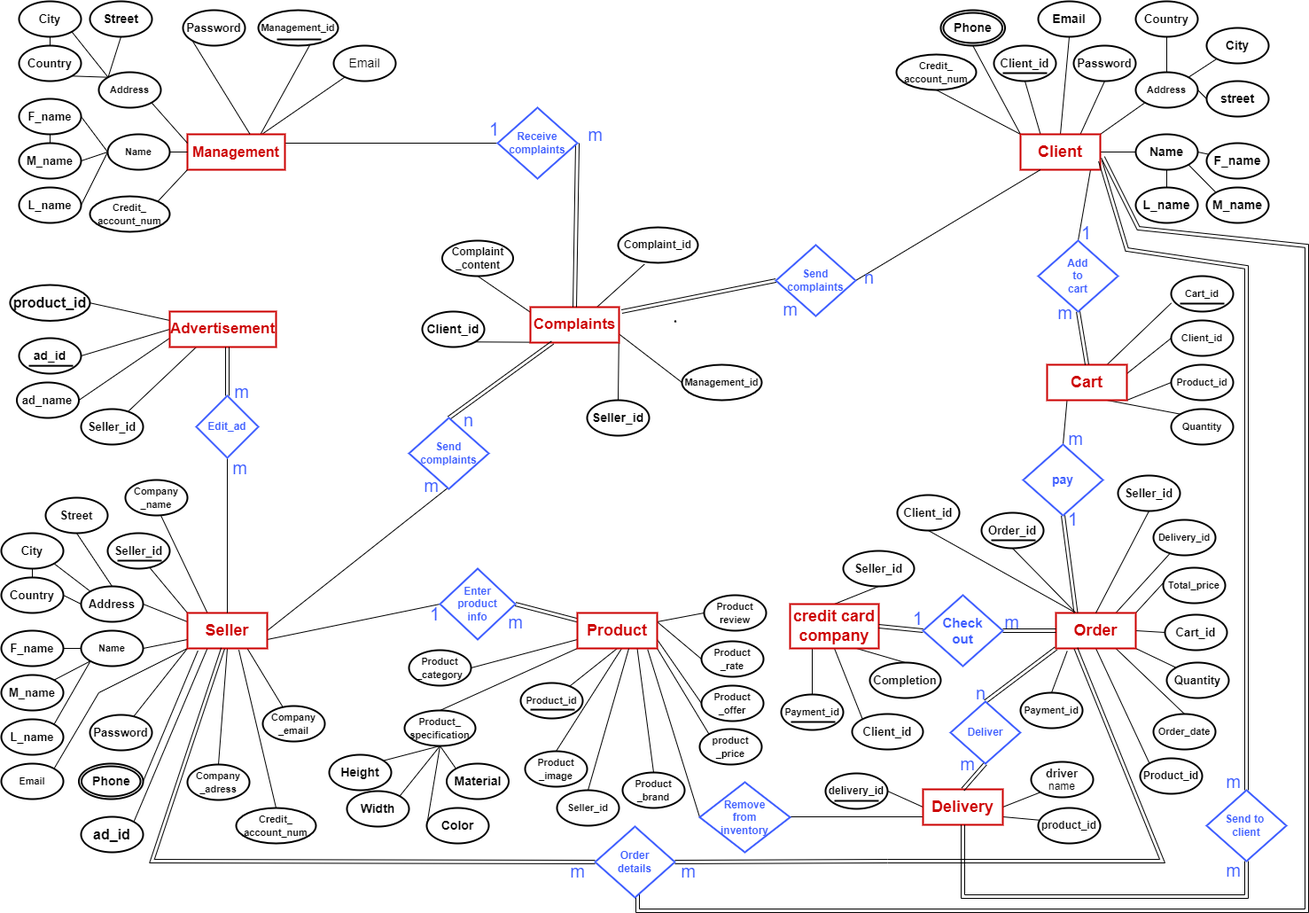
The draw.io diagram System analysis/logical erd/Logical ERD Furniture Marketing.drawio.png in ahmedsharabasy/Furniture-online-store, before a commit. Source tidied: cells renumbered, new cells last; positions are measured from the earlier drawing's top-left corner, leaving out a move shared by most shapes.
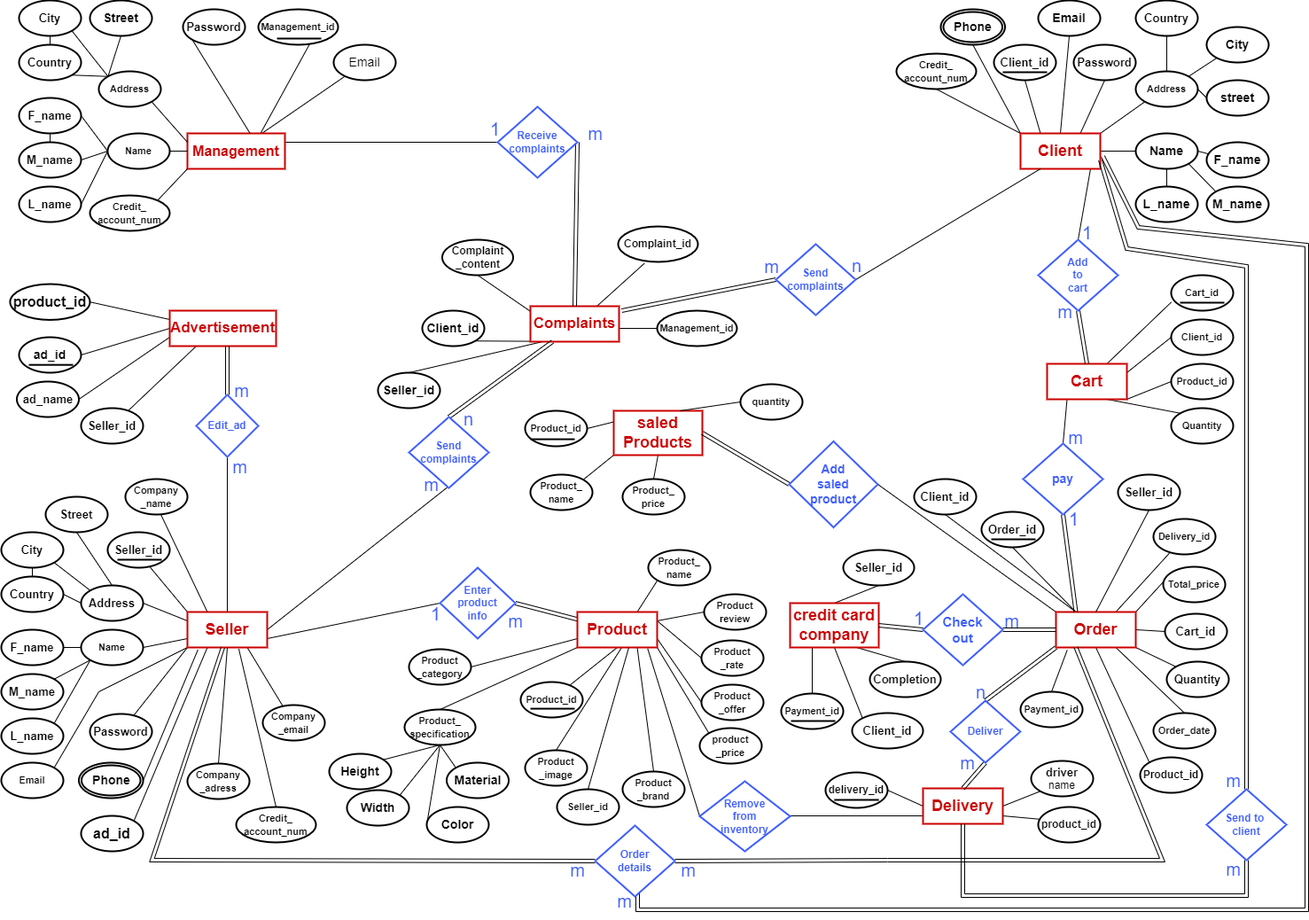
The same file after the commit.

The edit, as a diff of the source:
```diff
@@ -102,6 +102,9 @@
     <mxCell id="32" style="rounded=0;jettySize=auto;html=1;exitX=1;exitY=0.25;exitDx=0;exitDy=0;entryX=0;entryY=0.5;entryDx=0;entryDy=0;endArrow=none;endFill=0;" parent="1" edge="1" source="33" target="240">
       <mxGeometry relative="1" as="geometry" />
     </mxCell>
+    <mxCell id="261" style="edgeStyle=none;rounded=0;jettySize=auto;html=1;exitX=0.75;exitY=0;exitDx=0;exitDy=0;entryX=0;entryY=1;entryDx=0;entryDy=0;fontSize=14;endArrow=none;endFill=0;" parent="1" edge="1" source="33" target="271">
+      <mxGeometry relative="1" as="geometry" />
+    </mxCell>
     <mxCell id="33" value="&lt;font color=&quot;#cc0000&quot;&gt;&lt;span style=&quot;font-size: 18px;&quot;&gt;&lt;b&gt;Product&lt;/b&gt;&lt;/span&gt;&lt;/font&gt;" style="whiteSpace=wrap;html=1;align=center;strokeColor=#CC0000;strokeWidth=2;" parent="1" vertex="1">
       <mxGeometry x="650" y="690" width="90" height="40" as="geometry" />
     </mxCell>
@@ -134,6 +137,9 @@
     <mxCell id="42" style="edgeStyle=none;shape=link;rounded=0;jettySize=auto;html=1;exitX=0;exitY=1;exitDx=0;exitDy=0;entryX=0.5;entryY=0;entryDx=0;entryDy=0;fontSize=20;fontColor=#000000;endArrow=none;endFill=0;" parent="1" edge="1" source="43" target="203">
       <mxGeometry relative="1" as="geometry" />
     </mxCell>
+    <mxCell id="262" style="rounded=0;jettySize=auto;html=1;exitX=0;exitY=0;exitDx=0;exitDy=0;entryX=1;entryY=0.5;entryDx=0;entryDy=0;fontSize=14;endArrow=none;endFill=0;" parent="1" edge="1" source="43" target="269">
+      <mxGeometry relative="1" as="geometry" />
+    </mxCell>
     <mxCell id="43" value="&lt;font size=&quot;1&quot; color=&quot;#cc0000&quot;&gt;&lt;b style=&quot;font-size: 18px;&quot;&gt;Order&lt;/b&gt;&lt;/font&gt;" style="whiteSpace=wrap;html=1;align=center;strokeColor=#CC0000;strokeWidth=2;" parent="1" vertex="1">
       <mxGeometry x="1190" y="690" width="90" height="40" as="geometry" />
     </mxCell>
@@ -513,7 +519,7 @@
       <mxGeometry x="696" y="255" width="90" height="40" as="geometry" />
     </mxCell>
     <mxCell id="163" value="&lt;b&gt;&lt;font style=&quot;font-size: 14px;&quot;&gt;Seller_id&lt;/font&gt;&lt;/b&gt;" style="ellipse;whiteSpace=wrap;html=1;align=center;strokeColor=#000000;strokeWidth=2;" parent="1" vertex="1">
-      <mxGeometry x="661" y="450" width="70" height="40" as="geometry" />
+      <mxGeometry x="425" y="420" width="70" height="40" as="geometry" />
     </mxCell>
     <mxCell id="164" value="&lt;b style=&quot;&quot;&gt;&lt;font style=&quot;font-size: 12px;&quot;&gt;delivery_id&lt;/font&gt;&lt;/b&gt;" style="ellipse;whiteSpace=wrap;html=1;align=center;strokeColor=#000000;strokeWidth=2;" parent="1" vertex="1">
       <mxGeometry x="930" y="871" width="70" height="40" as="geometry" />
@@ -528,7 +534,7 @@
       <mxGeometry x="980" y="746" width="80" height="40" as="geometry" />
     </mxCell>
     <mxCell id="168" value="&lt;b style=&quot;&quot;&gt;&lt;font style=&quot;font-size: 13px;&quot;&gt;Client_id&lt;/font&gt;&lt;/b&gt;" style="ellipse;whiteSpace=wrap;html=1;align=center;strokeColor=#000000;strokeWidth=2;" parent="1" vertex="1">
-      <mxGeometry x="1011" y="557" width="70" height="40" as="geometry" />
+      <mxGeometry x="1030" y="540" width="70" height="40" as="geometry" />
     </mxCell>
     <mxCell id="169" value="&lt;b style=&quot;&quot;&gt;&lt;font style=&quot;font-size: 13px;&quot;&gt;Cart_id&lt;/font&gt;&lt;/b&gt;" style="ellipse;whiteSpace=wrap;html=1;align=center;strokeColor=#000000;strokeWidth=2;" parent="1" vertex="1">
       <mxGeometry x="1313" y="692" width="70" height="40" as="geometry" />
@@ -708,13 +714,13 @@
       <mxGeometry x="1090" y="760" width="30" height="40" as="geometry" />
     </mxCell>
     <mxCell id="215" value="n" style="text;html=1;align=center;verticalAlign=middle;strokeColor=none;fillColor=none;fontSize=20;fontColor=#3D5DFF;" parent="1" vertex="1">
-      <mxGeometry x="964" y="291" width="30" height="40" as="geometry" />
+      <mxGeometry x="950" y="279" width="30" height="40" as="geometry" />
     </mxCell>
     <mxCell id="216" value="n" style="text;html=1;align=center;verticalAlign=middle;strokeColor=none;fillColor=none;fontSize=20;fontColor=#3D5DFF;" parent="1" vertex="1">
       <mxGeometry x="512" y="452" width="30" height="40" as="geometry" />
     </mxCell>
     <mxCell id="217" value="&lt;font color=&quot;#3d5dff&quot; style=&quot;font-size: 20px;&quot;&gt;m&lt;/font&gt;" style="text;html=1;align=center;verticalAlign=middle;strokeColor=none;fillColor=none;fontSize=14;fontColor=#000000;" parent="1" vertex="1">
-      <mxGeometry x="870" y="327" width="40" height="40" as="geometry" />
+      <mxGeometry x="849" y="280" width="40" height="40" as="geometry" />
     </mxCell>
     <mxCell id="218" value="&lt;font color=&quot;#3d5dff&quot; style=&quot;font-size: 20px;&quot;&gt;m&lt;/font&gt;" style="text;html=1;align=center;verticalAlign=middle;strokeColor=none;fillColor=none;fontSize=14;fontColor=#000000;" parent="1" vertex="1">
       <mxGeometry x="465" y="526" width="40" height="40" as="geometry" />
@@ -821,7 +827,7 @@
       <mxGeometry x="90" y="920" width="70" height="40" as="geometry" />
     </mxCell>
     <mxCell id="242" value="&lt;span style=&quot;font-size: 11px;&quot;&gt;&lt;b&gt;Management_id&lt;/b&gt;&lt;/span&gt;" style="ellipse;whiteSpace=wrap;html=1;align=center;strokeColor=#000000;strokeWidth=2;" parent="1" vertex="1">
-      <mxGeometry x="768" y="410" width="90" height="40" as="geometry" />
+      <mxGeometry x="740" y="350" width="90" height="40" as="geometry" />
     </mxCell>
     <mxCell id="243" value="&lt;b style=&quot;&quot;&gt;&lt;font style=&quot;font-size: 12px;&quot;&gt;product_id&lt;/font&gt;&lt;/b&gt;" style="ellipse;whiteSpace=wrap;html=1;align=center;strokeColor=#000000;strokeWidth=2;" parent="1" vertex="1">
       <mxGeometry x="1170" y="910" width="70" height="40" as="geometry" />
@@ -877,5 +883,50 @@
     <mxCell id="260" value="&lt;font color=&quot;#3d5dff&quot; style=&quot;font-size: 20px;&quot;&gt;m&lt;/font&gt;" style="text;html=1;align=center;verticalAlign=middle;strokeColor=none;fillColor=none;fontSize=14;fontColor=#000000;" parent="1" vertex="1">
       <mxGeometry x="1192" y="473" width="40" height="40" as="geometry" />
     </mxCell>
+    <mxCell id="263" value="&lt;font color=&quot;#3d5dff&quot; style=&quot;font-size: 20px;&quot;&gt;m&lt;/font&gt;" style="text;html=1;align=center;verticalAlign=middle;strokeColor=none;fillColor=none;fontSize=14;fontColor=#000000;" parent="1" vertex="1">
+      <mxGeometry x="683" y="996" width="40" height="40" as="geometry" />
+    </mxCell>
+    <mxCell id="264" style="edgeStyle=none;rounded=0;jettySize=auto;html=1;exitX=0;exitY=0.25;exitDx=0;exitDy=0;entryX=1;entryY=0.5;entryDx=0;entryDy=0;fontSize=14;endArrow=none;endFill=0;" parent="1" edge="1" source="267" target="270">
+      <mxGeometry relative="1" as="geometry" />
+    </mxCell>
+    <mxCell id="265" style="edgeStyle=none;rounded=0;jettySize=auto;html=1;exitX=0;exitY=1;exitDx=0;exitDy=0;entryX=1;entryY=0;entryDx=0;entryDy=0;fontSize=14;endArrow=none;endFill=0;" parent="1" edge="1" source="267" target="272">
+      <mxGeometry relative="1" as="geometry" />
+    </mxCell>
+    <mxCell id="266" style="edgeStyle=none;rounded=0;jettySize=auto;html=1;exitX=0.5;exitY=1;exitDx=0;exitDy=0;entryX=0.5;entryY=0;entryDx=0;entryDy=0;fontSize=14;endArrow=none;endFill=0;" parent="1" edge="1" source="267" target="273">
+      <mxGeometry relative="1" as="geometry" />
+    </mxCell>
+    <mxCell id="267" value="&lt;font color=&quot;#cc0000&quot;&gt;&lt;span style=&quot;font-size: 18px;&quot;&gt;&lt;b&gt;saled&lt;br&gt;Products&lt;/b&gt;&lt;/span&gt;&lt;/font&gt;" style="whiteSpace=wrap;html=1;align=center;strokeColor=#CC0000;strokeWidth=2;" parent="1" vertex="1">
+      <mxGeometry x="691" y="463" width="100" height="50" as="geometry" />
+    </mxCell>
+    <mxCell id="268" style="edgeStyle=none;rounded=0;jettySize=auto;html=1;exitX=0;exitY=0.5;exitDx=0;exitDy=0;entryX=1;entryY=0.5;entryDx=0;entryDy=0;fontSize=14;endArrow=none;endFill=0;shape=link;" parent="1" edge="1" source="269" target="267">
+      <mxGeometry relative="1" as="geometry" />
+    </mxCell>
+    <mxCell id="269" value="&lt;font style=&quot;font-size: 14px;&quot; color=&quot;#3d5dff&quot;&gt;&lt;b&gt;Add &lt;br&gt;saled&lt;br&gt;product&lt;br&gt;&lt;/b&gt;&lt;/font&gt;" style="shape=rhombus;perimeter=rhombusPerimeter;whiteSpace=wrap;html=1;align=center;strokeColor=#3D5DFF;strokeWidth=2;fontColor=#CC0000;" parent="1" vertex="1">
+      <mxGeometry x="889" y="497.5" width="100" height="97" as="geometry" />
+    </mxCell>
+    <mxCell id="270" value="&lt;span style=&quot;font-size: 11px;&quot;&gt;&lt;b&gt;Product_id&lt;/b&gt;&lt;/span&gt;" style="ellipse;whiteSpace=wrap;html=1;align=center;strokeColor=#000000;strokeWidth=2;" parent="1" vertex="1">
+      <mxGeometry x="591" y="463" width="70" height="40" as="geometry" />
+    </mxCell>
+    <mxCell id="271" value="&lt;span style=&quot;font-size: 11px;&quot;&gt;&lt;b&gt;Product_&lt;br&gt;name&lt;br&gt;&lt;/b&gt;&lt;/span&gt;" style="ellipse;whiteSpace=wrap;html=1;align=center;strokeColor=#000000;strokeWidth=2;" parent="1" vertex="1">
+      <mxGeometry x="730" y="620" width="70" height="40" as="geometry" />
+    </mxCell>
+    <mxCell id="272" value="&lt;span style=&quot;font-size: 11px;&quot;&gt;&lt;b&gt;Product_&lt;br&gt;name&lt;br&gt;&lt;/b&gt;&lt;/span&gt;" style="ellipse;whiteSpace=wrap;html=1;align=center;strokeColor=#000000;strokeWidth=2;" parent="1" vertex="1">
+      <mxGeometry x="597" y="535" width="70" height="40" as="geometry" />
+    </mxCell>
+    <mxCell id="273" value="&lt;span style=&quot;font-size: 11px;&quot;&gt;&lt;b&gt;Product_&lt;br&gt;price&lt;br&gt;&lt;/b&gt;&lt;/span&gt;" style="ellipse;whiteSpace=wrap;html=1;align=center;strokeColor=#000000;strokeWidth=2;" parent="1" vertex="1">
+      <mxGeometry x="701" y="540" width="70" height="40" as="geometry" />
+    </mxCell>
+    <mxCell id="274" style="edgeStyle=none;rounded=0;jettySize=auto;html=1;exitX=0;exitY=0.5;exitDx=0;exitDy=0;entryX=0.75;entryY=0;entryDx=0;entryDy=0;fontSize=14;endArrow=none;endFill=0;" parent="1" edge="1" source="275" target="267">
+      <mxGeometry relative="1" as="geometry" />
+    </mxCell>
+    <mxCell id="275" value="&lt;span style=&quot;font-size: 11px;&quot;&gt;&lt;b&gt;quantity&lt;br&gt;&lt;/b&gt;&lt;/span&gt;" style="ellipse;whiteSpace=wrap;html=1;align=center;strokeColor=#000000;strokeWidth=2;" parent="1" vertex="1">
+      <mxGeometry x="834" y="433" width="70" height="40" as="geometry" />
+    </mxCell>
+    <mxCell id="276" style="endArrow=none;html=1;rounded=0;fontSize=17;fontColor=#3D5DFF;strokeWidth=2;" parent="1" edge="1">
+      <mxGeometry relative="1" as="geometry">
+        <mxPoint x="597" y="495.1" as="sourcePoint" />
+        <mxPoint x="647" y="495.1" as="targetPoint" />
+      </mxGeometry>
+    </mxCell>
   </root>
 </mxGraphModel>
```
